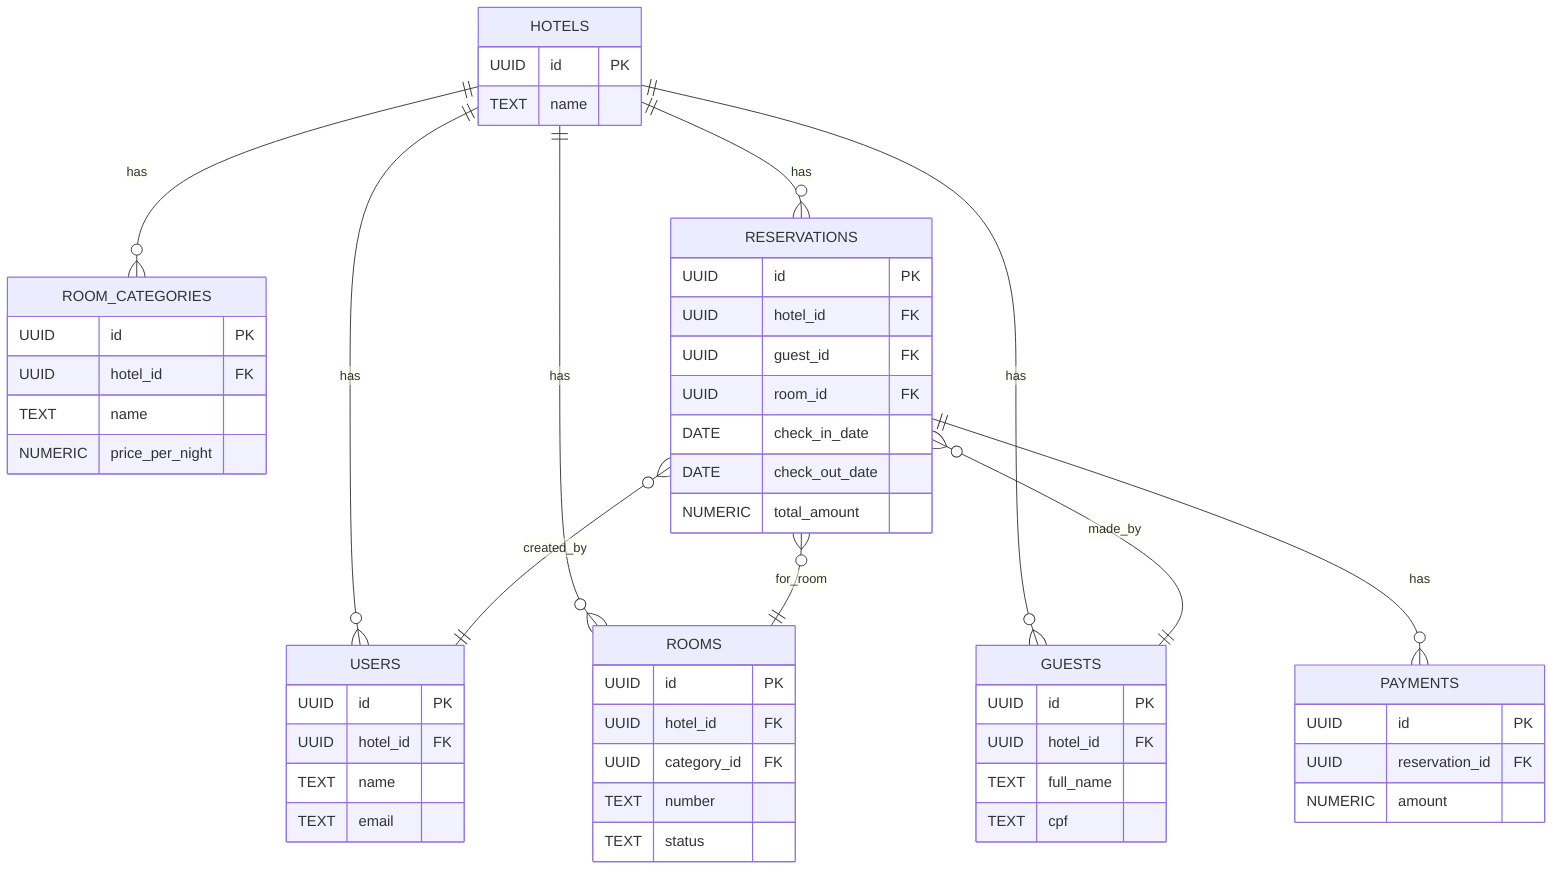
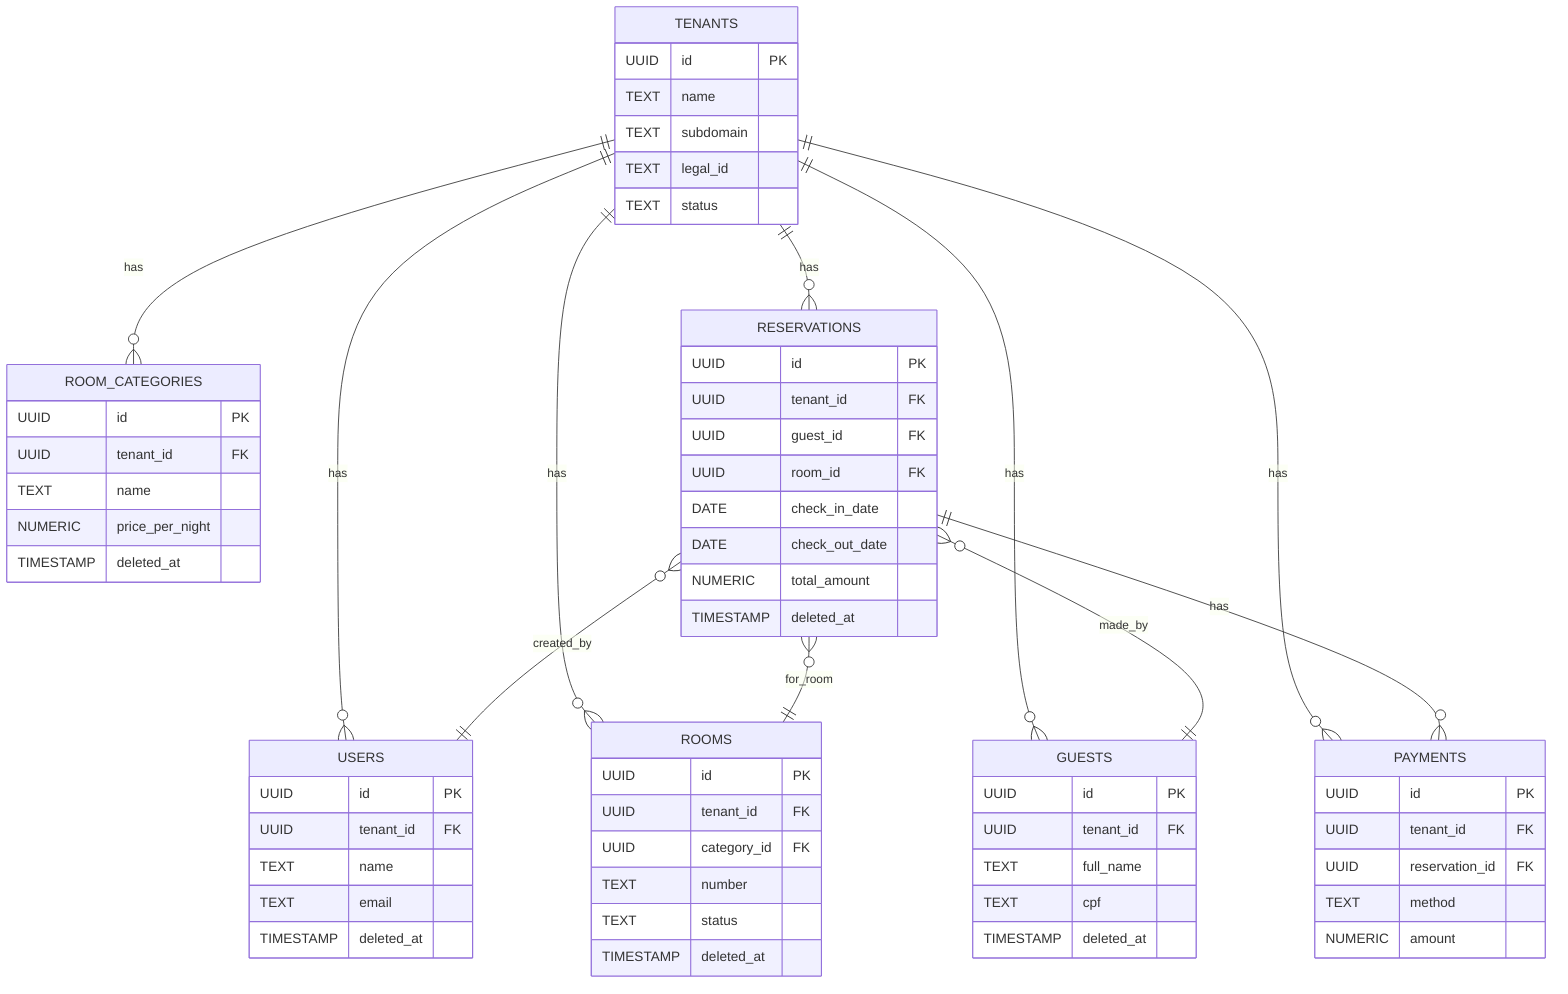
erDiagram
-   HOTELS ||--o{ USERS : "has"
-   HOTELS ||--o{ ROOM_CATEGORIES : "has"
-   HOTELS ||--o{ ROOMS : "has"
-   HOTELS ||--o{ GUESTS : "has"
-   HOTELS ||--o{ RESERVATIONS : "has"
+   TENANTS ||--o{ USERS : "has"
+   TENANTS ||--o{ ROOM_CATEGORIES : "has"
+   TENANTS ||--o{ ROOMS : "has"
+   TENANTS ||--o{ GUESTS : "has"
+   TENANTS ||--o{ RESERVATIONS : "has"
+   TENANTS ||--o{ PAYMENTS : "has"
  RESERVATIONS }o--|| GUESTS : "made_by"
  RESERVATIONS }o--|| ROOMS : "for_room"
  RESERVATIONS }o--|| USERS : "created_by"
  RESERVATIONS ||--o{ PAYMENTS : "has"

-   HOTELS {
+   TENANTS {
    UUID id PK
    TEXT name
+     TEXT subdomain
+     TEXT legal_id
+     TEXT status
  }
  USERS {
    UUID id PK
-     UUID hotel_id FK
+     UUID tenant_id FK
    TEXT name
    TEXT email
+     TIMESTAMP deleted_at
  }
  ROOM_CATEGORIES {
    UUID id PK
-     UUID hotel_id FK
+     UUID tenant_id FK
    TEXT name
    NUMERIC price_per_night
+     TIMESTAMP deleted_at
  }
  ROOMS {
    UUID id PK
-     UUID hotel_id FK
+     UUID tenant_id FK
    UUID category_id FK
    TEXT number
    TEXT status
+     TIMESTAMP deleted_at
  }
  GUESTS {
    UUID id PK
-     UUID hotel_id FK
+     UUID tenant_id FK
    TEXT full_name
    TEXT cpf
+     TIMESTAMP deleted_at
  }
  RESERVATIONS {
    UUID id PK
-     UUID hotel_id FK
+     UUID tenant_id FK
    UUID guest_id FK
    UUID room_id FK
    DATE check_in_date
    DATE check_out_date
    NUMERIC total_amount
+     TIMESTAMP deleted_at
  }
  PAYMENTS {
    UUID id PK
+     UUID tenant_id FK
    UUID reservation_id FK
+     TEXT method
    NUMERIC amount
  }